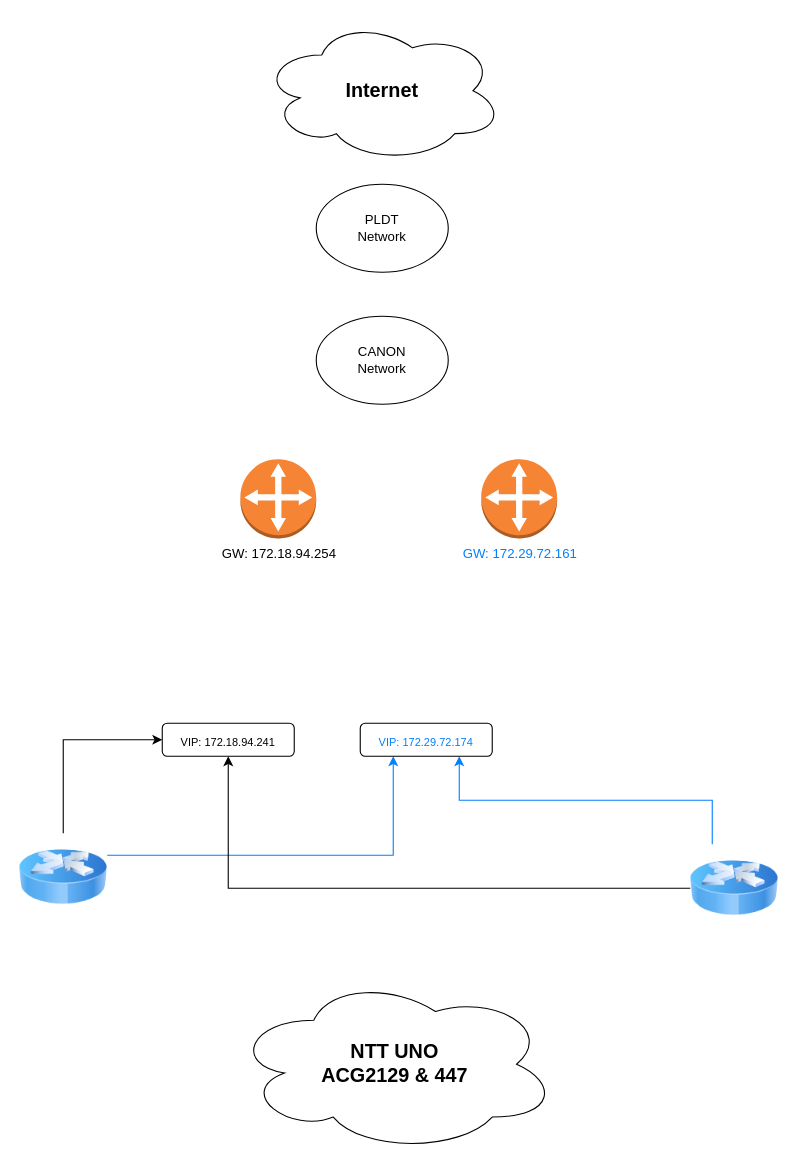
Above: Canon-mind draw-topology.drawio in henry1212/henry1212.github.io (draw.io), before the change. Source tidied: cells renumbered, new cells numbered last; positions are measured from the earlier drawing's top-left corner, leaving out a move shared by most shapes. Both pictures are drawn from the tidied source at 110%, with x=0, y=0 at pixel (19, 19).
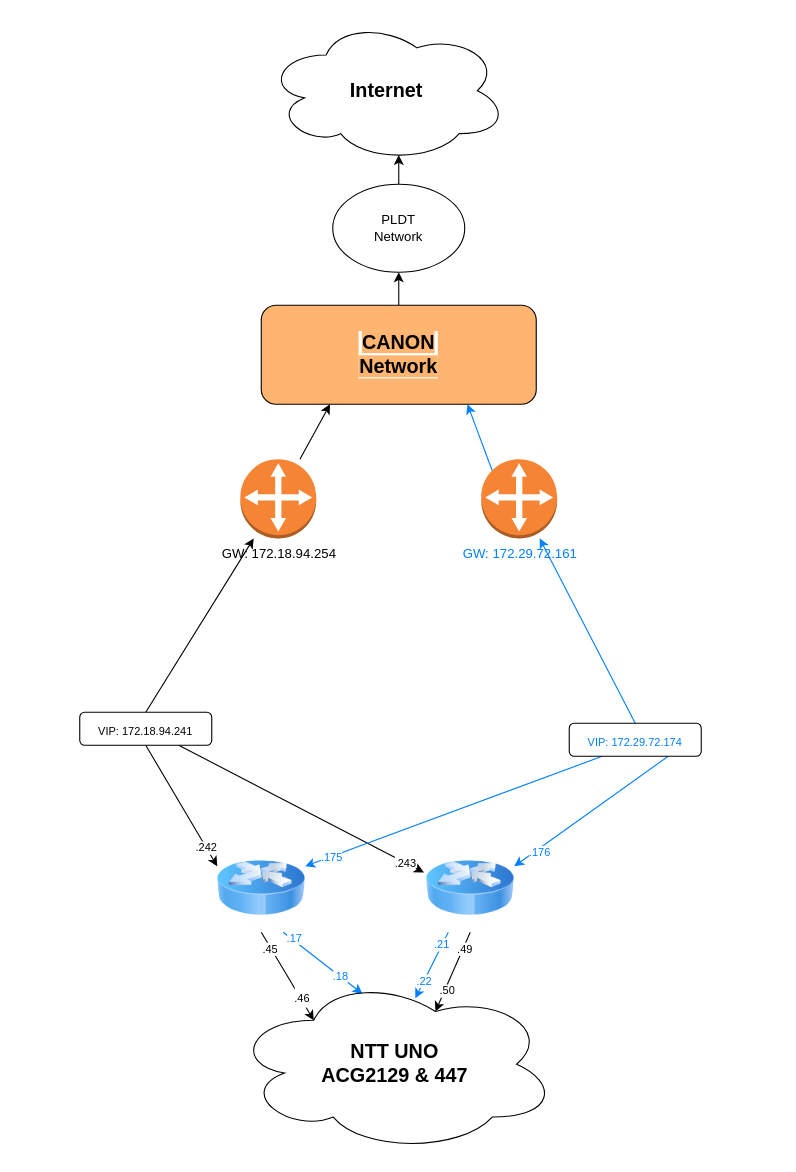
The same diagram, later.

The change refers to these unchanged cells:
```xml
<mxCell id="11" value="GW:&amp;nbsp;172.18.94.254" style="outlineConnect=0;dashed=0;verticalLabelPosition=bottom;verticalAlign=top;align=center;html=1;shape=mxgraph.aws3.customer_gateway;fillColor=#F58534;gradientColor=none;" parent="1" vertex="1">
  <mxGeometry x="201" y="400" width="69" height="72" as="geometry" />
</mxCell>
<mxCell id="12" value="&lt;font style=&quot;background-color: rgb(255, 255, 255);&quot; color=&quot;#007fff&quot;&gt;GW:&amp;nbsp;172.29.72.161&lt;/font&gt;" style="outlineConnect=0;dashed=0;verticalLabelPosition=bottom;verticalAlign=top;align=center;html=1;shape=mxgraph.aws3.customer_gateway;fillColor=#F58534;gradientColor=none;" parent="1" vertex="1">
  <mxGeometry x="420" y="400" width="69" height="72" as="geometry" />
</mxCell>
<mxCell id="13" value="&lt;font style=&quot;font-size: 18px;&quot;&gt;&lt;b&gt;NTT UNO&lt;br&gt;ACG2129 &amp;amp; 447&lt;/b&gt;&lt;/font&gt;" style="ellipse;shape=cloud;whiteSpace=wrap;html=1;" parent="1" vertex="1">
  <mxGeometry x="194" y="870" width="295" height="160" as="geometry" />
</mxCell>
```

Diff of the diagram source:
```diff
@@
     <mxCell id="2" value="&lt;font style=&quot;font-size: 18px;&quot;&gt;&lt;b&gt;Internet&lt;/b&gt;&lt;/font&gt;" style="ellipse;shape=cloud;whiteSpace=wrap;html=1;" parent="1" vertex="1">
-      <mxGeometry x="220" width="220" height="130" as="geometry" />
+      <mxGeometry x="224" width="220" height="130" as="geometry" />
     </mxCell>
+    <mxCell id="16" style="edgeStyle=none;rounded=0;jettySize=auto;html=1;exitX=0.5;exitY=0;exitDx=0;exitDy=0;entryX=0.55;entryY=0.95;entryDx=0;entryDy=0;entryPerimeter=0;strokeColor=#000000;fontSize=10;fontColor=#007FFF;" parent="1" edge="1" source="3" target="2">
+      <mxGeometry relative="1" as="geometry" />
+    </mxCell>
     <mxCell id="3" value="PLDT&lt;br&gt;Network" style="ellipse;whiteSpace=wrap;html=1;" parent="1" vertex="1">
-      <mxGeometry x="270" y="150" width="120" height="80" as="geometry" />
+      <mxGeometry x="285" y="150" width="120" height="80" as="geometry" />
     </mxCell>
-    <mxCell id="4" value="CANON&lt;br&gt;Network" style="ellipse;whiteSpace=wrap;html=1;" parent="1" vertex="1">
-      <mxGeometry x="270" y="270" width="120" height="80" as="geometry" />
-    </mxCell>
-    <mxCell id="5" style="edgeStyle=orthogonalEdgeStyle;rounded=0;jettySize=auto;html=1;exitX=0.5;exitY=0;exitDx=0;exitDy=0;entryX=0;entryY=0.5;entryDx=0;entryDy=0;fontSize=10;fontColor=#007FFF;" parent="1" edge="1" source="7" target="14">
-      <mxGeometry relative="1" as="geometry" />
-    </mxCell>
-    <mxCell id="6" style="edgeStyle=orthogonalEdgeStyle;rounded=0;jettySize=auto;html=1;exitX=1;exitY=0.25;exitDx=0;exitDy=0;entryX=0.25;entryY=1;entryDx=0;entryDy=0;strokeColor=#007FFF;fontSize=10;fontColor=#007FFF;" parent="1" edge="1" source="7" target="15">
-      <mxGeometry relative="1" as="geometry" />
-    </mxCell>
+    <mxCell id="17" style="edgeStyle=none;rounded=0;jettySize=auto;html=1;exitX=0.5;exitY=1;exitDx=0;exitDy=0;strokeColor=#000000;fontSize=18;fontColor=#000000;entryX=0.25;entryY=0.25;entryDx=0;entryDy=0;entryPerimeter=0;" parent="1" edge="1" source="7" target="13">
+      <mxGeometry relative="1" as="geometry" />
+    </mxCell>
+    <mxCell id="18" value="&lt;font style=&quot;font-size: 10px;&quot;&gt;.46&lt;/font&gt;" style="edgeLabel;html=1;align=center;verticalAlign=middle;fontSize=18;fontColor=#000000;" parent="17" vertex="1">
+      <mxGeometry x="0.63" relative="1" as="geometry">
+        <mxPoint x="-2" y="-8" as="offset" />
+      </mxGeometry>
+    </mxCell>
+    <mxCell id="19" value=".45" style="edgeLabel;html=1;align=center;verticalAlign=middle;fontSize=10;fontColor=#000000;" parent="17" vertex="1">
+      <mxGeometry x="-0.66" y="-1" relative="1" as="geometry" />
+    </mxCell>
+    <mxCell id="20" style="edgeStyle=none;rounded=0;jettySize=auto;html=1;entryX=0.4;entryY=0.1;entryDx=0;entryDy=0;entryPerimeter=0;strokeColor=#007FFF;fontSize=18;fontColor=#000000;exitX=0.75;exitY=1;exitDx=0;exitDy=0;" parent="1" edge="1" source="7" target="13">
+      <mxGeometry relative="1" as="geometry" />
+    </mxCell>
+    <mxCell id="21" value="&lt;font color=&quot;#007fff&quot;&gt;.17&lt;/font&gt;" style="edgeLabel;html=1;align=center;verticalAlign=middle;fontSize=10;fontColor=#000000;" parent="20" vertex="1">
+      <mxGeometry x="-0.77" y="2" relative="1" as="geometry" />
+    </mxCell>
+    <mxCell id="22" value=".18" style="edgeLabel;html=1;align=center;verticalAlign=middle;fontSize=10;fontColor=#007FFF;" parent="20" vertex="1">
+      <mxGeometry x="0.42" y="1" relative="1" as="geometry" />
+    </mxCell>
     <mxCell id="7" style="image;html=1;image=img/lib/clip_art/networking/Router_Icon_128x128.png;" parent="1" vertex="1">
-      <mxGeometry y="740" width="80" height="80" as="geometry" />
+      <mxGeometry x="180" y="750" width="80" height="80" as="geometry" />
     </mxCell>
-    <mxCell id="8" style="edgeStyle=orthogonalEdgeStyle;rounded=0;jettySize=auto;html=1;entryX=0.5;entryY=1;entryDx=0;entryDy=0;fontSize=10;fontColor=#007FFF;" parent="1" edge="1" source="10" target="14">
-      <mxGeometry relative="1" as="geometry" />
-    </mxCell>
-    <mxCell id="9" style="edgeStyle=orthogonalEdgeStyle;rounded=0;jettySize=auto;html=1;exitX=0.25;exitY=0;exitDx=0;exitDy=0;entryX=0.75;entryY=1;entryDx=0;entryDy=0;strokeColor=#007FFF;fontSize=10;fontColor=#007FFF;" parent="1" edge="1" source="10" target="15">
-      <mxGeometry relative="1" as="geometry" />
-    </mxCell>
+    <mxCell id="23" style="edgeStyle=none;rounded=0;jettySize=auto;html=1;entryX=0.563;entryY=0.125;entryDx=0;entryDy=0;entryPerimeter=0;strokeColor=#007FFF;fontSize=18;fontColor=#000000;" parent="1" edge="1" source="10" target="13">
+      <mxGeometry relative="1" as="geometry" />
+    </mxCell>
+    <mxCell id="24" value=".21" style="edgeLabel;html=1;align=center;verticalAlign=middle;fontSize=10;fontColor=#007FFF;" parent="23" vertex="1">
+      <mxGeometry x="-0.74" y="-2" relative="1" as="geometry">
+        <mxPoint x="-1" y="3" as="offset" />
+      </mxGeometry>
+    </mxCell>
+    <mxCell id="25" value=".22" style="edgeLabel;html=1;align=center;verticalAlign=middle;fontSize=10;fontColor=#007FFF;" parent="23" vertex="1">
+      <mxGeometry x="0.47" y="-1" relative="1" as="geometry" />
+    </mxCell>
+    <mxCell id="26" style="edgeStyle=none;rounded=0;jettySize=auto;html=1;exitX=0.5;exitY=1;exitDx=0;exitDy=0;entryX=0.625;entryY=0.2;entryDx=0;entryDy=0;entryPerimeter=0;strokeColor=#000000;fontSize=18;fontColor=#000000;" parent="1" edge="1" source="10" target="13">
+      <mxGeometry relative="1" as="geometry" />
+    </mxCell>
+    <mxCell id="27" value=".50" style="edgeLabel;html=1;align=center;verticalAlign=middle;fontSize=10;fontColor=#000000;" parent="26" vertex="1">
+      <mxGeometry x="0.45" y="2" relative="1" as="geometry" />
+    </mxCell>
+    <mxCell id="28" value=".49" style="edgeLabel;html=1;align=center;verticalAlign=middle;fontSize=10;fontColor=#000000;" parent="26" vertex="1">
+      <mxGeometry x="-0.62" y="1" relative="1" as="geometry" />
+    </mxCell>
     <mxCell id="10" style="image;html=1;image=img/lib/clip_art/networking/Router_Icon_128x128.png;" parent="1" vertex="1">
-      <mxGeometry x="610" y="750" width="80" height="80" as="geometry" />
+      <mxGeometry x="370" y="750" width="80" height="80" as="geometry" />
     </mxCell>
+    <mxCell id="29" style="edgeStyle=none;rounded=0;jettySize=auto;html=1;entryX=0.25;entryY=1;entryDx=0;entryDy=0;strokeColor=#000000;fontSize=10;fontColor=#007FFF;" parent="1" edge="1" source="11" target="4">
+      <mxGeometry relative="1" as="geometry" />
+    </mxCell>
@@
+    <mxCell id="30" style="edgeStyle=none;rounded=0;jettySize=auto;html=1;exitX=0.145;exitY=0.145;exitDx=0;exitDy=0;exitPerimeter=0;strokeColor=#007FFF;fontSize=10;fontColor=#007FFF;entryX=0.75;entryY=1;entryDx=0;entryDy=0;" parent="1" edge="1" source="12" target="4">
+      <mxGeometry relative="1" as="geometry" />
+    </mxCell>
@@
+    <mxCell id="31" style="rounded=0;jettySize=auto;html=1;exitX=0.5;exitY=1;exitDx=0;exitDy=0;entryX=0;entryY=0.25;entryDx=0;entryDy=0;strokeColor=#000000;fontSize=10;fontColor=#007FFF;" parent="1" edge="1" source="14" target="7">
+      <mxGeometry relative="1" as="geometry" />
+    </mxCell>
+    <mxCell id="32" value="&lt;font color=&quot;#000000&quot;&gt;.242&lt;/font&gt;" style="edgeLabel;html=1;align=center;verticalAlign=middle;fontSize=10;fontColor=#007FFF;strokeColor=#000000;" parent="31" vertex="1">
+      <mxGeometry x="0.69" relative="1" as="geometry" />
+    </mxCell>
+    <mxCell id="33" style="edgeStyle=none;rounded=0;jettySize=auto;html=1;exitX=0.75;exitY=1;exitDx=0;exitDy=0;strokeColor=#000000;fontSize=10;fontColor=#007FFF;entryX=-0.026;entryY=0.321;entryDx=0;entryDy=0;entryPerimeter=0;" parent="1" edge="1" source="14" target="10">
+      <mxGeometry relative="1" as="geometry" />
+    </mxCell>
+    <mxCell id="34" value="&lt;font color=&quot;#000000&quot;&gt;.243&lt;/font&gt;" style="edgeLabel;html=1;align=center;verticalAlign=middle;fontSize=10;fontColor=#007FFF;strokeColor=#000000;" parent="33" vertex="1">
+      <mxGeometry x="0.85" relative="1" as="geometry" />
+    </mxCell>
+    <mxCell id="35" style="edgeStyle=none;rounded=0;jettySize=auto;html=1;exitX=0.5;exitY=0;exitDx=0;exitDy=0;strokeColor=#000000;fontSize=10;fontColor=#007FFF;" parent="1" edge="1" source="14" target="11">
+      <mxGeometry relative="1" as="geometry" />
+    </mxCell>
     <mxCell id="14" value="&lt;font style=&quot;font-size: 10px;&quot;&gt;VIP: 172.18.94.241&lt;/font&gt;" style="rounded=1;whiteSpace=wrap;html=1;labelBackgroundColor=#FFFFFF;fontSize=18;fontColor=#000000;" parent="1" vertex="1">
-      <mxGeometry x="130" y="640" width="120" height="30" as="geometry" />
+      <mxGeometry x="55" y="630" width="120" height="30" as="geometry" />
     </mxCell>
+    <mxCell id="36" style="edgeStyle=none;rounded=0;jettySize=auto;html=1;exitX=0.25;exitY=1;exitDx=0;exitDy=0;entryX=1;entryY=0.25;entryDx=0;entryDy=0;strokeColor=#007FFF;fontSize=10;fontColor=#007FFF;" parent="1" edge="1" source="15" target="7">
+      <mxGeometry relative="1" as="geometry" />
+    </mxCell>
+    <mxCell id="37" value=".175" style="edgeLabel;html=1;align=center;verticalAlign=middle;fontSize=10;fontColor=#007FFF;" parent="36" vertex="1">
+      <mxGeometry x="0.83" relative="1" as="geometry" />
+    </mxCell>
+    <mxCell id="38" style="edgeStyle=none;rounded=0;jettySize=auto;html=1;exitX=0.75;exitY=1;exitDx=0;exitDy=0;entryX=1;entryY=0.25;entryDx=0;entryDy=0;strokeColor=#007FFF;fontSize=10;fontColor=#007FFF;" parent="1" edge="1" source="15" target="10">
+      <mxGeometry relative="1" as="geometry" />
+    </mxCell>
+    <mxCell id="39" value=".176" style="edgeLabel;html=1;align=center;verticalAlign=middle;fontSize=10;fontColor=#007FFF;" parent="38" vertex="1">
+      <mxGeometry x="0.7" y="2" relative="1" as="geometry" />
+    </mxCell>
+    <mxCell id="40" style="edgeStyle=none;rounded=0;jettySize=auto;html=1;exitX=0.5;exitY=0;exitDx=0;exitDy=0;strokeColor=#007FFF;fontSize=10;fontColor=#007FFF;" parent="1" edge="1" source="15" target="12">
+      <mxGeometry relative="1" as="geometry" />
+    </mxCell>
     <mxCell id="15" value="&lt;font color=&quot;#007fff&quot; style=&quot;font-size: 10px;&quot;&gt;VIP: 172.29.72.174&lt;/font&gt;" style="rounded=1;whiteSpace=wrap;html=1;labelBackgroundColor=#FFFFFF;fontSize=18;fontColor=#000000;" parent="1" vertex="1">
-      <mxGeometry x="310" y="640" width="120" height="30" as="geometry" />
+      <mxGeometry x="500" y="640" width="120" height="30" as="geometry" />
     </mxCell>
+    <mxCell id="41" style="edgeStyle=none;rounded=0;jettySize=auto;html=1;exitX=0.5;exitY=0;exitDx=0;exitDy=0;entryX=0.5;entryY=1;entryDx=0;entryDy=0;strokeColor=#000000;fontSize=10;fontColor=#007FFF;" parent="1" edge="1" source="4" target="3">
+      <mxGeometry relative="1" as="geometry" />
+    </mxCell>
+    <mxCell id="4" value="&lt;span style=&quot;font-size: 18px; background-color: rgb(255, 181, 112);&quot;&gt;&lt;b&gt;CANON&lt;br&gt;Network&lt;/b&gt;&lt;/span&gt;" style="rounded=1;whiteSpace=wrap;html=1;labelBackgroundColor=#FFFFFF;strokeColor=#000000;fontSize=10;fontColor=#000000;fillColor=#FFB570;" parent="1" vertex="1">
+      <mxGeometry x="220" y="260" width="250" height="90" as="geometry" />
+    </mxCell>
```
